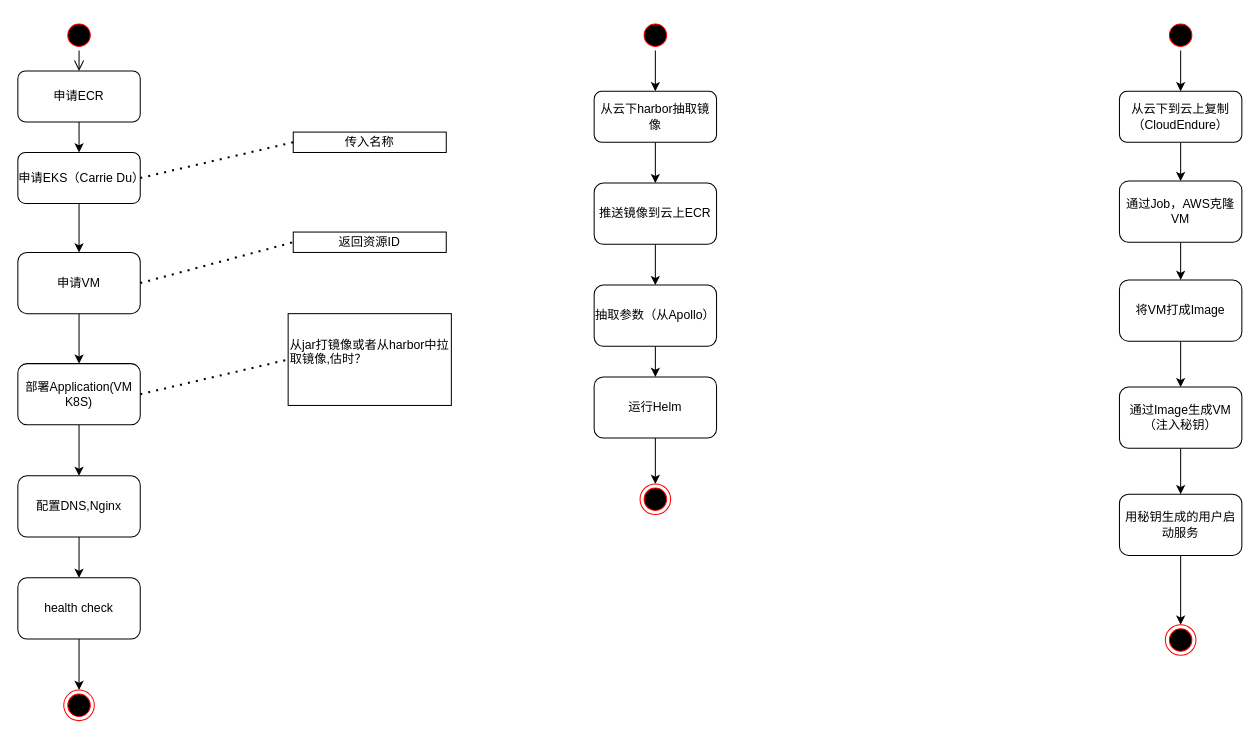
The draw.io diagram flow.drawio in dosjia/chart, before the edit. Source tidied: cells renumbered, new cells numbered last; positions are measured from the earlier drawing's top-left corner, leaving out a move shared by most shapes. Both pictures are drawn from the tidied source at 102%, with x=0, y=0 at pixel (17, 19).
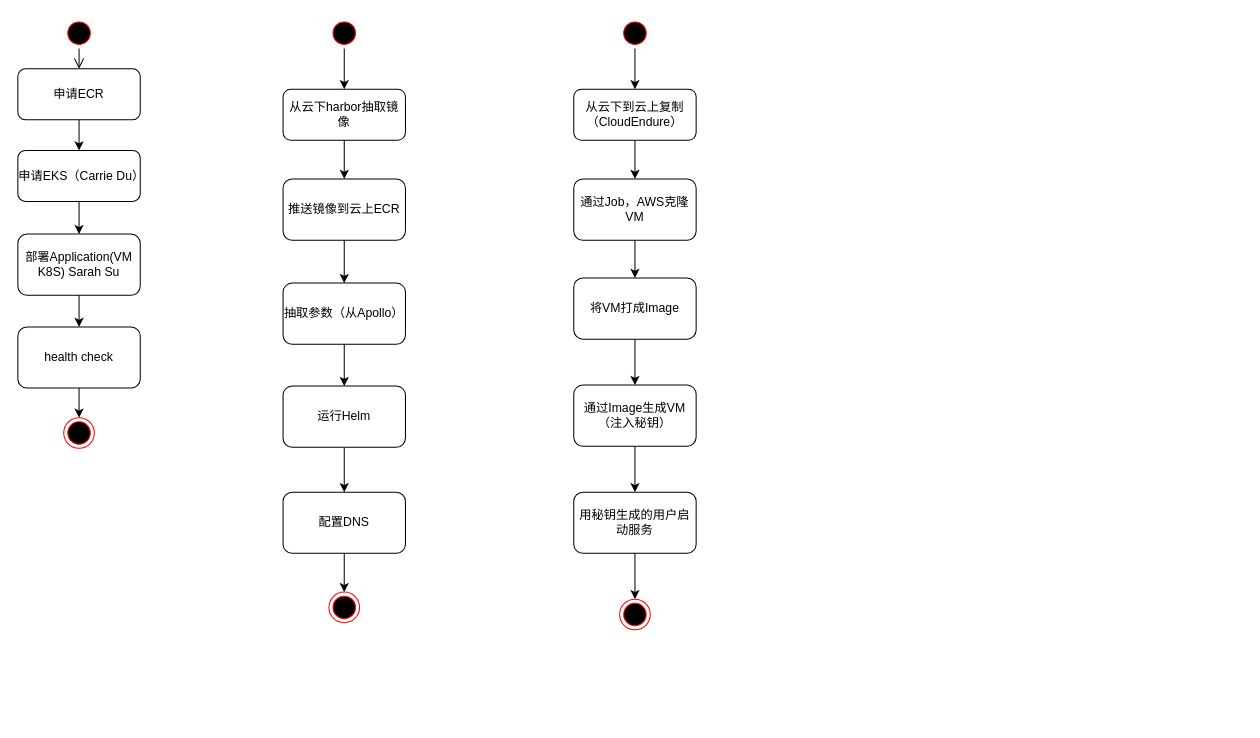
After the change.

Change to the diagram source:
```diff
@@
     <mxCell id="2" style="ellipse;html=1;shape=startState;fillColor=#000000;strokeColor=#ff0000;" parent="1" vertex="1">
-      <mxGeometry x="45" width="30" height="30" as="geometry" />
+      <mxGeometry x="45" y="-2" width="30" height="30" as="geometry" />
     </mxCell>
@@
-    <mxCell id="4" style="edgeStyle=orthogonalEdgeStyle;rounded=0;jettySize=auto;html=1;" parent="1" edge="1" source="5" target="7">
+    <mxCell id="4" style="edgeStyle=orthogonalEdgeStyle;rounded=0;jettySize=auto;html=1;entryX=0.5;entryY=0;entryDx=0;entryDy=0;" parent="1" edge="1" source="5" target="11">
       <mxGeometry relative="1" as="geometry" />
     </mxCell>
     <mxCell id="5" value="&lt;div&gt;申请EKS（Carrie Du）&lt;/div&gt;" style="rounded=1;whiteSpace=wrap;html=1;" parent="1" vertex="1">
-      <mxGeometry y="130" width="120" height="50" as="geometry" />
+      <mxGeometry y="128" width="120" height="50" as="geometry" />
     </mxCell>
-    <mxCell id="6" style="edgeStyle=orthogonalEdgeStyle;rounded=0;jettySize=auto;html=1;entryX=0.5;entryY=0;entryDx=0;entryDy=0;" parent="1" edge="1" source="7" target="11">
-      <mxGeometry relative="1" as="geometry" />
-    </mxCell>
-    <mxCell id="7" value="&lt;div&gt;申请VM&lt;/div&gt;" style="whiteSpace=wrap;html=1;rounded=1;" parent="1" vertex="1">
-      <mxGeometry y="228" width="120" height="60" as="geometry" />
-    </mxCell>
-    <mxCell id="8" style="edgeStyle=orthogonalEdgeStyle;rounded=0;jettySize=auto;html=1;entryX=0.5;entryY=0;entryDx=0;entryDy=0;exitX=0.5;exitY=1;exitDx=0;exitDy=0;" parent="1" edge="1" source="9" target="13">
-      <mxGeometry relative="1" as="geometry" />
-    </mxCell>
-    <mxCell id="9" value="配置DNS,Nginx" style="whiteSpace=wrap;html=1;rounded=1;" parent="1" vertex="1">
-      <mxGeometry y="447" width="120" height="60" as="geometry" />
-    </mxCell>
-    <mxCell id="10" style="edgeStyle=orthogonalEdgeStyle;rounded=0;jettySize=auto;html=1;" parent="1" edge="1" source="11" target="9">
-      <mxGeometry relative="1" as="geometry" />
-    </mxCell>
-    <mxCell id="11" value="&lt;div&gt;部署Application(VM K8S)&lt;/div&gt;" style="whiteSpace=wrap;html=1;rounded=1;" parent="1" vertex="1">
-      <mxGeometry y="337" width="120" height="60" as="geometry" />
+    <mxCell id="11" value="&lt;div&gt;部署Application(VM K8S) Sarah Su&lt;br&gt;&lt;/div&gt;" style="whiteSpace=wrap;html=1;rounded=1;" parent="1" vertex="1">
+      <mxGeometry y="210" width="120" height="60" as="geometry" />
     </mxCell>
@@
     <mxCell id="13" value="health check" style="whiteSpace=wrap;html=1;rounded=1;" parent="1" vertex="1">
-      <mxGeometry y="547" width="120" height="60" as="geometry" />
+      <mxGeometry y="301" width="120" height="60" as="geometry" />
     </mxCell>
     <mxCell id="14" style="ellipse;html=1;shape=endState;fillColor=#000000;strokeColor=#ff0000;" parent="1" vertex="1">
-      <mxGeometry x="45" y="657" width="30" height="30" as="geometry" />
+      <mxGeometry x="45" y="390" width="30" height="30" as="geometry" />
     </mxCell>
-    <mxCell id="15" value="返回资源ID" style="text;html=1;align=center;verticalAlign=middle;whiteSpace=wrap;rounded=0;sketch=0;strokeColor=#000000;" parent="1" vertex="1">
-      <mxGeometry x="270" y="208" width="150" height="20" as="geometry" />
-    </mxCell>
-    <mxCell id="16" style="endArrow=none;dashed=1;html=1;dashPattern=1 3;strokeWidth=2;entryX=0;entryY=0.5;entryDx=0;entryDy=0;exitX=1;exitY=0.5;exitDx=0;exitDy=0;" parent="1" edge="1" source="7" target="15">
-      <mxGeometry relative="1" as="geometry" />
-    </mxCell>
-    <mxCell id="17" style="endArrow=none;dashed=1;html=1;dashPattern=1 3;strokeWidth=2;entryX=0;entryY=0.5;entryDx=0;entryDy=0;exitX=1;exitY=0.5;exitDx=0;exitDy=0;" parent="1" edge="1" source="5" target="22">
-      <mxGeometry relative="1" as="geometry" />
-    </mxCell>
-    <mxCell id="18" value="&lt;div align=&quot;left&quot;&gt;从jar打镜像或者从harbor中拉取镜像,估时？&lt;/div&gt;&lt;div align=&quot;left&quot;&gt;&lt;br&gt;&lt;/div&gt;" style="text;html=1;align=left;verticalAlign=middle;whiteSpace=wrap;rounded=0;sketch=0;strokeColor=#000000;" parent="1" vertex="1">
-      <mxGeometry x="265" y="288" width="160" height="90" as="geometry" />
-    </mxCell>
-    <mxCell id="19" style="endArrow=none;dashed=1;html=1;dashPattern=1 3;strokeWidth=2;entryX=0;entryY=0.5;entryDx=0;entryDy=0;exitX=1;exitY=0.5;exitDx=0;exitDy=0;" parent="1" edge="1" source="11" target="18">
-      <mxGeometry relative="1" as="geometry" />
-    </mxCell>
@@
     <mxCell id="21" value="申请ECR" style="rounded=1;whiteSpace=wrap;html=1;" parent="1" vertex="1">
-      <mxGeometry y="50" width="120" height="50" as="geometry" />
+      <mxGeometry y="48" width="120" height="50" as="geometry" />
     </mxCell>
-    <mxCell id="22" value="传入名称" style="text;html=1;align=center;verticalAlign=middle;whiteSpace=wrap;rounded=0;sketch=0;strokeColor=#000000;" parent="1" vertex="1">
-      <mxGeometry x="270" y="110" width="150" height="20" as="geometry" />
-    </mxCell>
     <mxCell id="23" style="ellipse;html=1;shape=startState;fillColor=#000000;strokeColor=#ff0000;" parent="1" vertex="1">
-      <mxGeometry x="610" width="30" height="30" as="geometry" />
+      <mxGeometry x="305" y="-2" width="30" height="30" as="geometry" />
     </mxCell>
@@
     <mxCell id="26" value="从云下harbor抽取镜像" style="rounded=1;whiteSpace=wrap;html=1;" parent="1" vertex="1">
-      <mxGeometry x="565" y="70" width="120" height="50" as="geometry" />
+      <mxGeometry x="260" y="68" width="120" height="50" as="geometry" />
     </mxCell>
@@
     <mxCell id="28" value="推送镜像到云上ECR" style="whiteSpace=wrap;html=1;rounded=1;" parent="1" vertex="1">
-      <mxGeometry x="565" y="160" width="120" height="60" as="geometry" />
+      <mxGeometry x="260" y="156" width="120" height="60" as="geometry" />
     </mxCell>
@@
     <mxCell id="30" value="抽取参数（从Apollo）" style="whiteSpace=wrap;html=1;rounded=1;" parent="1" vertex="1">
-      <mxGeometry x="565" y="260" width="120" height="60" as="geometry" />
+      <mxGeometry x="260" y="258" width="120" height="60" as="geometry" />
     </mxCell>
-    <mxCell id="31" style="edgeStyle=orthogonalEdgeStyle;rounded=0;jettySize=auto;html=1;exitX=0.5;exitY=1;exitDx=0;exitDy=0;entryX=0.5;entryY=0;entryDx=0;entryDy=0;strokeColor=#000000;" parent="1" edge="1" source="32" target="33">
+    <mxCell id="31" style="edgeStyle=orthogonalEdgeStyle;rounded=0;jettySize=auto;html=1;entryX=0.5;entryY=0;entryDx=0;entryDy=0;strokeColor=#000000;exitX=0.5;exitY=1;exitDx=0;exitDy=0;" parent="1" edge="1" source="49" target="33">
       <mxGeometry relative="1" as="geometry" />
     </mxCell>
+    <mxCell id="47" style="edgeStyle=orthogonalEdgeStyle;rounded=0;jettySize=auto;html=1;" parent="1" edge="1" source="32" target="49">
+      <mxGeometry relative="1" as="geometry" />
+    </mxCell>
     <mxCell id="32" value="运行Helm" style="whiteSpace=wrap;html=1;rounded=1;" parent="1" vertex="1">
-      <mxGeometry x="565" y="350" width="120" height="60" as="geometry" />
+      <mxGeometry x="260" y="359" width="120" height="60" as="geometry" />
     </mxCell>
     <mxCell id="33" style="ellipse;html=1;shape=endState;fillColor=#000000;strokeColor=#ff0000;" parent="1" vertex="1">
-      <mxGeometry x="610" y="455" width="30" height="30" as="geometry" />
+      <mxGeometry x="305" y="561" width="30" height="30" as="geometry" />
     </mxCell>
     <mxCell id="34" style="ellipse;html=1;shape=startState;fillColor=#000000;strokeColor=#ff0000;" parent="1" vertex="1">
-      <mxGeometry x="1125" width="30" height="30" as="geometry" />
+      <mxGeometry x="590" y="-2" width="30" height="30" as="geometry" />
     </mxCell>
@@
     <mxCell id="37" value="从云下到云上复制（CloudEndure）" style="rounded=1;whiteSpace=wrap;html=1;" parent="1" vertex="1">
-      <mxGeometry x="1080" y="70" width="120" height="50" as="geometry" />
+      <mxGeometry x="545" y="68" width="120" height="50" as="geometry" />
     </mxCell>
@@
     <mxCell id="39" value="将VM打成Image" style="whiteSpace=wrap;html=1;rounded=1;" parent="1" vertex="1">
-      <mxGeometry x="1080" y="255" width="120" height="60" as="geometry" />
+      <mxGeometry x="545" y="253" width="120" height="60" as="geometry" />
     </mxCell>
@@
     <mxCell id="41" value="通过Image生成VM（注入秘钥）" style="whiteSpace=wrap;html=1;rounded=1;" parent="1" vertex="1">
-      <mxGeometry x="1080" y="360" width="120" height="60" as="geometry" />
+      <mxGeometry x="545" y="358" width="120" height="60" as="geometry" />
     </mxCell>
@@
     <mxCell id="43" value="用秘钥生成的用户启动服务" style="whiteSpace=wrap;html=1;rounded=1;" parent="1" vertex="1">
-      <mxGeometry x="1080" y="465" width="120" height="60" as="geometry" />
+      <mxGeometry x="545" y="463" width="120" height="60" as="geometry" />
     </mxCell>
     <mxCell id="44" style="ellipse;html=1;shape=endState;fillColor=#000000;strokeColor=#ff0000;" parent="1" vertex="1">
-      <mxGeometry x="1125" y="593" width="30" height="30" as="geometry" />
+      <mxGeometry x="590" y="568" width="30" height="30" as="geometry" />
     </mxCell>
     <mxCell id="45" style="edgeStyle=orthogonalEdgeStyle;rounded=0;jettySize=auto;html=1;strokeColor=#000000;entryX=0.5;entryY=0;entryDx=0;entryDy=0;" parent="1" edge="1" source="46" target="39">
       <mxGeometry relative="1" as="geometry">
         <Array as="points">
-          <mxPoint x="1140" y="255" />
-          <mxPoint x="1140" y="255" />
+          <mxPoint x="605" y="253" />
+          <mxPoint x="605" y="253" />
         </Array>
       </mxGeometry>
     </mxCell>
     <mxCell id="46" value="通过Job，AWS克隆VM" style="whiteSpace=wrap;html=1;rounded=1;" parent="1" vertex="1">
-      <mxGeometry x="1080" y="158" width="120" height="60" as="geometry" />
+      <mxGeometry x="545" y="156" width="120" height="60" as="geometry" />
     </mxCell>
+    <mxCell id="48" style="edgeStyle=orthogonalEdgeStyle;rounded=0;jettySize=auto;html=1;entryX=0.5;entryY=0;entryDx=0;entryDy=0;exitX=0.5;exitY=1;exitDx=0;exitDy=0;" parent="1" edge="1" source="11" target="13">
+      <mxGeometry relative="1" as="geometry" />
+    </mxCell>
+    <mxCell id="49" value="&lt;div&gt;配置DNS&lt;/div&gt;" style="whiteSpace=wrap;html=1;rounded=1;" parent="1" vertex="1">
+      <mxGeometry x="260" y="463" width="120" height="60" as="geometry" />
+    </mxCell>
```
